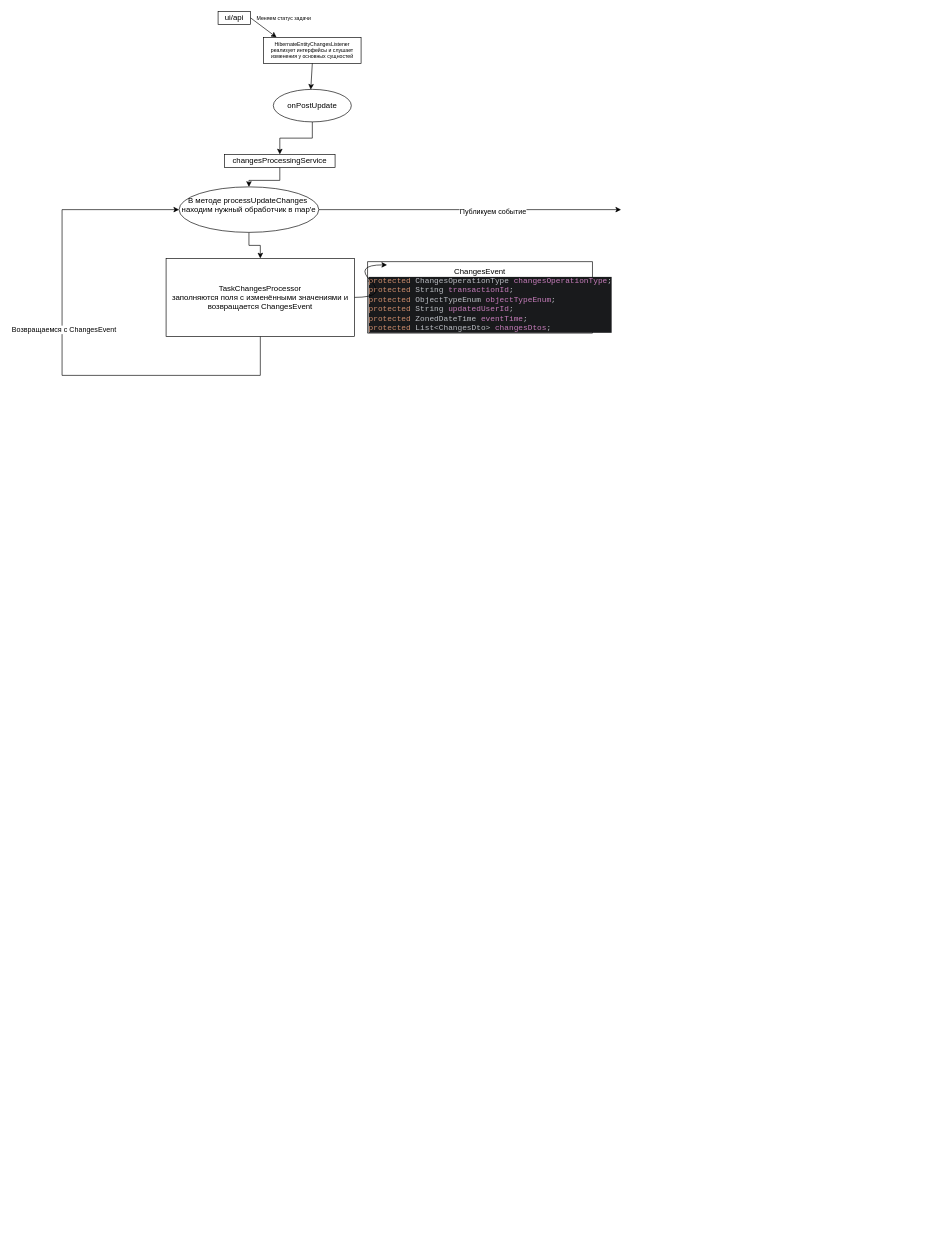
Before: data-flow.drawio in Wagonee/A2, a draw.io diagram. Source tidied: cells renumbered, new cells numbered last; positions are measured from the earlier drawing's top-left corner, leaving out a move shared by most shapes. Both pictures are drawn from the tidied source at 65%, with x=0, y=0 at pixel (62, 11).
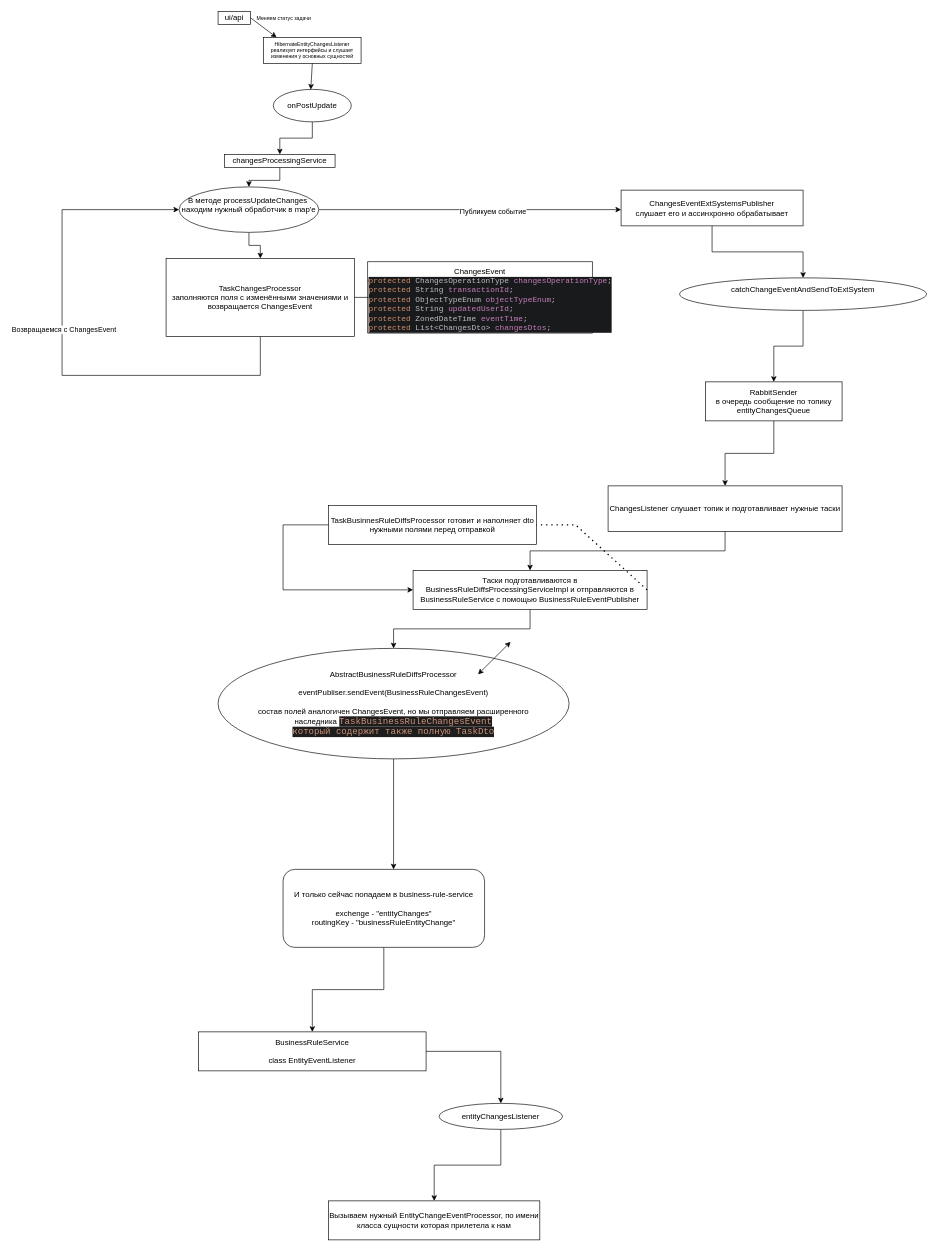
The same diagram, later.

The change refers to these unchanged cells:
```xml
<mxCell id="19" value="&lt;div style=&quot;background-color:#191a1c;color:#bcbec4&quot;&gt;&lt;pre style=&quot;font-family:'JetBrains Mono',monospace;font-size:10,5pt;&quot;&gt;&lt;span style=&quot;color:#cf8e6d;&quot;&gt;protected &lt;/span&gt;ChangesOperationType &lt;span style=&quot;color:#c77dbb;&quot;&gt;changesOperationType&lt;/span&gt;;&lt;br&gt;&lt;span style=&quot;color:#cf8e6d;&quot;&gt;protected &lt;/span&gt;String &lt;span style=&quot;color:#c77dbb;&quot;&gt;transactionId&lt;/span&gt;;&lt;br&gt;&lt;span style=&quot;color:#cf8e6d;&quot;&gt;protected &lt;/span&gt;ObjectTypeEnum &lt;span style=&quot;color:#c77dbb;&quot;&gt;objectTypeEnum&lt;/span&gt;;&lt;br&gt;&lt;span style=&quot;color:#cf8e6d;&quot;&gt;protected &lt;/span&gt;String &lt;span style=&quot;color:#c77dbb;&quot;&gt;updatedUserId&lt;/span&gt;;&lt;br&gt;&lt;span style=&quot;color:#cf8e6d;&quot;&gt;protected &lt;/span&gt;ZonedDateTime &lt;span style=&quot;color:#c77dbb;&quot;&gt;eventTime&lt;/span&gt;;&lt;br&gt;&lt;span style=&quot;color:#cf8e6d;&quot;&gt;protected &lt;/span&gt;List&amp;lt;ChangesDto&amp;gt; &lt;span style=&quot;color:#c77dbb;&quot;&gt;changesDtos&lt;/span&gt;;&lt;/pre&gt;&lt;/div&gt;" style="text;whiteSpace=wrap;html=1;" parent="1" vertex="1">
  <mxGeometry x="470" y="390" width="140" height="80" as="geometry" />
</mxCell>
```

Change to the diagram source:
```diff
@@
-    <mxCell id="20" style="curved=1;endArrow=classic;html=1;rounded=0;" parent="1" edge="1">
-      <mxGeometry relative="1" as="geometry">
-        <mxPoint x="450" y="440" as="sourcePoint" />
-        <mxPoint x="500" y="390" as="targetPoint" />
-        <Array as="points">
-          <mxPoint x="500" y="440" />
-          <mxPoint x="450" y="390" />
-        </Array>
-      </mxGeometry>
-    </mxCell>
+    <mxCell id="21" style="endArrow=none;html=1;rounded=0;entryX=0.009;entryY=0.625;entryDx=0;entryDy=0;entryPerimeter=0;" parent="1" edge="1" target="19">
+      <mxGeometry relative="1" as="geometry">
+        <mxPoint x="450" y="440" as="sourcePoint" />
+      </mxGeometry>
+    </mxCell>
+    <mxCell id="22" style="edgeStyle=orthogonalEdgeStyle;rounded=0;jettySize=auto;html=1;" parent="1" edge="1" source="23" target="25">
+      <mxGeometry relative="1" as="geometry" />
+    </mxCell>
+    <mxCell id="23" value="ChangesEventExtSystemsPublisher&lt;div&gt;слушает его и ассинхронно обрабатывает&lt;/div&gt;" style="rounded=0;whiteSpace=wrap;html=1;" parent="1" vertex="1">
+      <mxGeometry x="860" y="275" width="280" height="55" as="geometry" />
+    </mxCell>
+    <mxCell id="24" style="edgeStyle=orthogonalEdgeStyle;rounded=0;jettySize=auto;html=1;" parent="1" edge="1" source="25" target="27">
+      <mxGeometry relative="1" as="geometry" />
+    </mxCell>
+    <mxCell id="25" value="catchChangeEventAndSendToExtSystem&lt;div&gt;&lt;br&gt;&lt;/div&gt;" style="ellipse;whiteSpace=wrap;html=1;" parent="1" vertex="1">
+      <mxGeometry x="950" y="410" width="380" height="50" as="geometry" />
+    </mxCell>
+    <mxCell id="26" style="edgeStyle=orthogonalEdgeStyle;rounded=0;jettySize=auto;html=1;" parent="1" edge="1" source="27" target="29">
+      <mxGeometry relative="1" as="geometry" />
+    </mxCell>
+    <mxCell id="27" value="RabbitSender&lt;div&gt;в очередь сообщение по топику entityChangesQueue&lt;/div&gt;" style="rounded=0;whiteSpace=wrap;html=1;" parent="1" vertex="1">
+      <mxGeometry x="990" y="570" width="210" height="60" as="geometry" />
+    </mxCell>
+    <mxCell id="28" style="edgeStyle=orthogonalEdgeStyle;rounded=0;jettySize=auto;html=1;" parent="1" edge="1" source="29" target="31">
+      <mxGeometry relative="1" as="geometry" />
+    </mxCell>
+    <mxCell id="29" value="ChangesListener слушает топик и подготавливает нужные таски" style="rounded=0;whiteSpace=wrap;html=1;" parent="1" vertex="1">
+      <mxGeometry x="840" y="730" width="360" height="70" as="geometry" />
+    </mxCell>
+    <mxCell id="30" style="edgeStyle=orthogonalEdgeStyle;rounded=0;jettySize=auto;html=1;" parent="1" edge="1" source="31" target="36">
+      <mxGeometry relative="1" as="geometry" />
+    </mxCell>
+    <mxCell id="31" value="Таски подготавливаются в BusinessRuleDiffsProcessingServiceImpl и отправляются в BusinessRuleService с помощью BusinessRuleEventPublisher" style="rounded=0;whiteSpace=wrap;html=1;" parent="1" vertex="1">
+      <mxGeometry x="540" y="860" width="360" height="60" as="geometry" />
+    </mxCell>
+    <mxCell id="32" style="edgeStyle=orthogonalEdgeStyle;rounded=0;jettySize=auto;html=1;entryX=0;entryY=0.5;entryDx=0;entryDy=0;" parent="1" edge="1" source="33" target="31">
+      <mxGeometry relative="1" as="geometry">
+        <Array as="points">
+          <mxPoint x="340" y="790" />
+          <mxPoint x="340" y="890" />
+        </Array>
+      </mxGeometry>
+    </mxCell>
+    <mxCell id="33" value="TaskBusinnesRuleDiffsProcessor готовит и наполняет dto нужными полями перед отправкой" style="rounded=0;whiteSpace=wrap;html=1;" parent="1" vertex="1">
+      <mxGeometry x="410" y="760" width="320" height="60" as="geometry" />
+    </mxCell>
+    <mxCell id="34" style="endArrow=none;dashed=1;html=1;dashPattern=1 3;strokeWidth=2;rounded=0;exitX=1;exitY=0.5;exitDx=0;exitDy=0;entryX=1;entryY=0.5;entryDx=0;entryDy=0;" parent="1" edge="1" source="31" target="33">
+      <mxGeometry relative="1" as="geometry">
+        <Array as="points">
+          <mxPoint x="790" y="790" />
+        </Array>
+      </mxGeometry>
+    </mxCell>
+    <mxCell id="35" style="edgeStyle=orthogonalEdgeStyle;rounded=0;jettySize=auto;html=1;" parent="1" edge="1" source="36">
+      <mxGeometry relative="1" as="geometry">
+        <mxPoint x="510" y="1320" as="targetPoint" />
+      </mxGeometry>
+    </mxCell>
+    <mxCell id="36" value="AbstractBusinessRuleDiffsProcessor&lt;div&gt;&lt;br&gt;&lt;/div&gt;&lt;div&gt;eventPubliser.sendEvent(BusinessRuleChangesEvent)&lt;/div&gt;&lt;div&gt;&lt;br&gt;&lt;/div&gt;&lt;div&gt;состав полей аналогичен ChangesEvent, но мы отправляем расширенного наследника&amp;nbsp;&lt;span style=&quot;color: rgb(206, 145, 120); background-color: rgb(30, 30, 30); font-family: Consolas, &amp;quot;Courier New&amp;quot;, monospace; font-size: 14px; white-space: pre;&quot;&gt;TaskBusinessRuleChangesEvent&lt;/span&gt;&lt;/div&gt;&lt;div&gt;&lt;font color=&quot;#ce9178&quot; face=&quot;Consolas, Courier New, monospace&quot;&gt;&lt;span style=&quot;font-size: 14px; white-space: pre; background-color: rgb(30, 30, 30);&quot;&gt;который содержит также полную TaskDto&lt;/span&gt;&lt;/font&gt;&lt;/div&gt;" style="ellipse;whiteSpace=wrap;html=1;" parent="1" vertex="1">
+      <mxGeometry x="240" y="980" width="540" height="170" as="geometry" />
+    </mxCell>
+    <mxCell id="37" style="endArrow=classic;startArrow=classic;html=1;rounded=0;" parent="1" edge="1">
+      <mxGeometry relative="1" as="geometry">
+        <mxPoint x="640" y="1020" as="sourcePoint" />
+        <mxPoint x="690" y="970" as="targetPoint" />
+      </mxGeometry>
+    </mxCell>
+    <mxCell id="38" style="edgeStyle=orthogonalEdgeStyle;rounded=0;jettySize=auto;html=1;" parent="1" edge="1" source="39" target="41">
+      <mxGeometry relative="1" as="geometry" />
+    </mxCell>
+    <mxCell id="39" value="И только сейчас попадаем в business-rule-service&lt;div&gt;&lt;br&gt;&lt;/div&gt;&lt;div&gt;exchenge - &quot;entityChanges&quot;&lt;/div&gt;&lt;div&gt;routingKey - &quot;businessRuleEntityChange&quot;&lt;/div&gt;" style="rounded=1;whiteSpace=wrap;html=1;" parent="1" vertex="1">
+      <mxGeometry x="340" y="1320" width="310" height="120" as="geometry" />
+    </mxCell>
+    <mxCell id="40" style="edgeStyle=orthogonalEdgeStyle;rounded=0;jettySize=auto;html=1;" parent="1" edge="1" source="41" target="43">
+      <mxGeometry relative="1" as="geometry" />
+    </mxCell>
+    <mxCell id="41" value="BusinessRuleService&lt;div&gt;&lt;br&gt;&lt;/div&gt;&lt;div&gt;class EntityEventListener&lt;/div&gt;" style="rounded=0;whiteSpace=wrap;html=1;" parent="1" vertex="1">
+      <mxGeometry x="210" y="1570" width="350" height="60" as="geometry" />
+    </mxCell>
+    <mxCell id="42" style="edgeStyle=orthogonalEdgeStyle;rounded=0;jettySize=auto;html=1;" parent="1" edge="1" source="43" target="44">
+      <mxGeometry relative="1" as="geometry" />
+    </mxCell>
+    <mxCell id="43" value="entityChangesListener" style="ellipse;whiteSpace=wrap;html=1;" parent="1" vertex="1">
+      <mxGeometry x="580" y="1680" width="190" height="40" as="geometry" />
+    </mxCell>
+    <mxCell id="44" value="Вызываем нужный EntityChangeEventProcessor, по имени класса сущности которая прилетела к нам" style="rounded=0;whiteSpace=wrap;html=1;" parent="1" vertex="1">
+      <mxGeometry x="410" y="1830" width="325" height="60" as="geometry" />
+    </mxCell>
```
